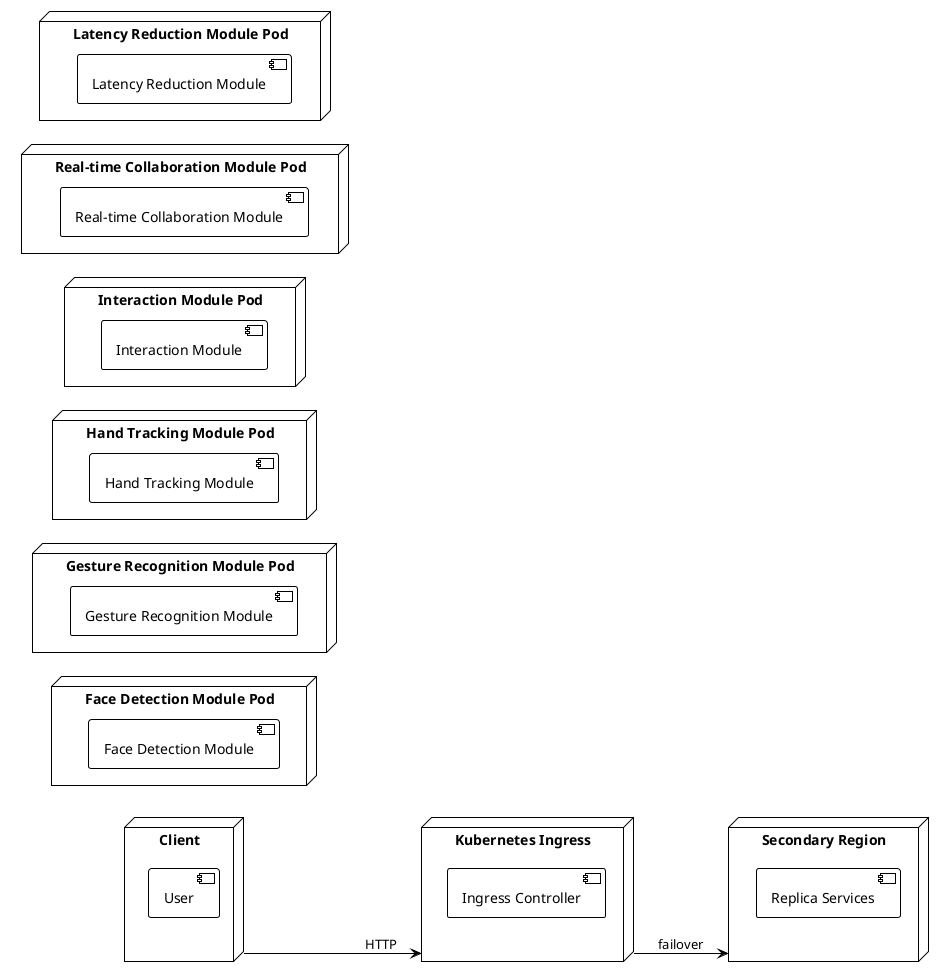
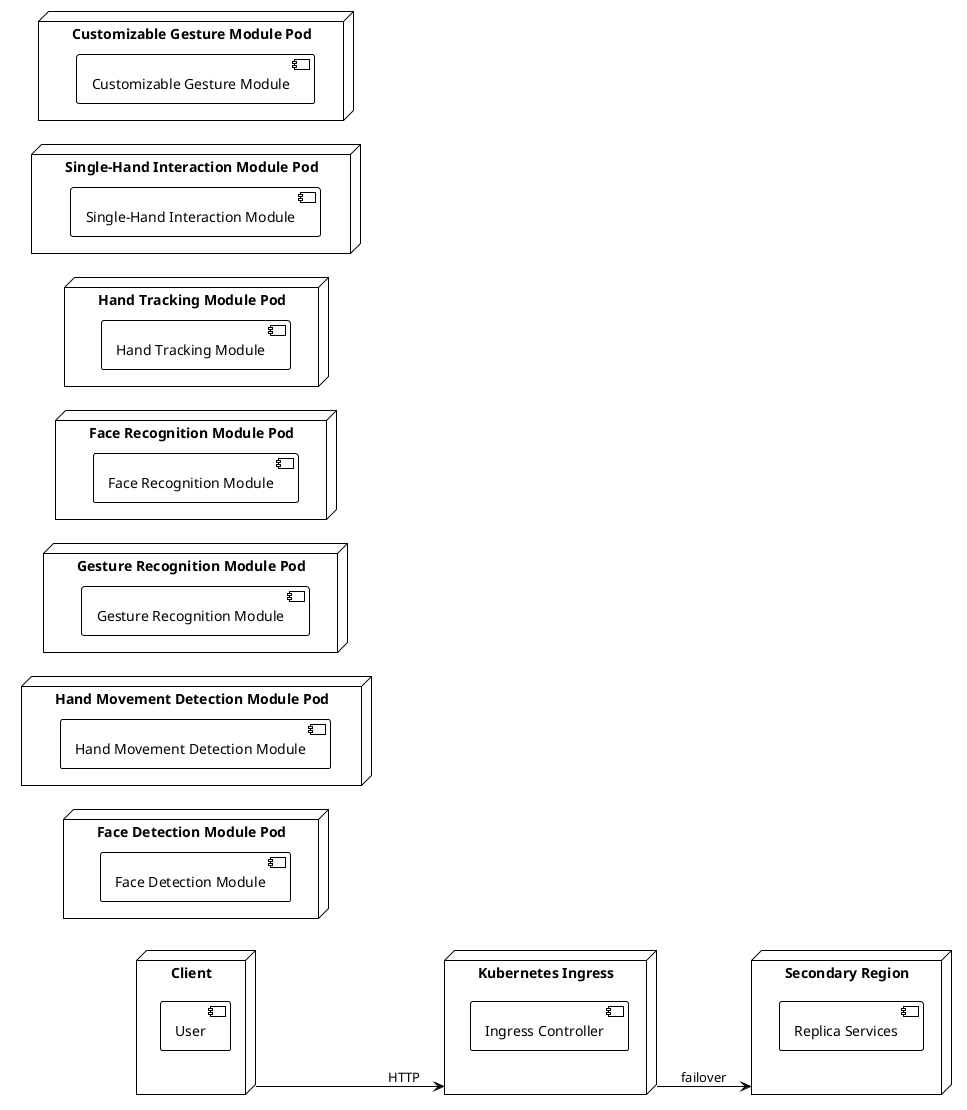
@startuml
!theme plain
left to right direction
node "Client" {
  component "User"
}
node "Kubernetes Ingress" as IngressController {
  component "Ingress Controller"
}
node "Face Detection Module Pod" as FaceDetectionModulePod {
  component "Face Detection Module"
}
+ node "Hand Movement Detection Module Pod" as HandMovementDetectionModulePod {
+   component "Hand Movement Detection Module"
+ }
node "Gesture Recognition Module Pod" as GestureRecognitionModulePod {
  component "Gesture Recognition Module"
+ }
+ node "Face Recognition Module Pod" as FaceRecognitionModulePod {
+   component "Face Recognition Module"
}
node "Hand Tracking Module Pod" as HandTrackingModulePod {
  component "Hand Tracking Module"
}
- node "Interaction Module Pod" as InteractionModulePod {
-   component "Interaction Module"
+ node "Single-Hand Interaction Module Pod" as SingleHandInteractionModulePod {
+   component "Single-Hand Interaction Module"
}
- node "Real-time Collaboration Module Pod" as RealtimeCollaborationModulePod {
-   component "Real-time Collaboration Module"
- }
- node "Latency Reduction Module Pod" as LatencyReductionModulePod {
-   component "Latency Reduction Module"
+ node "Customizable Gesture Module Pod" as CustomizableGestureModulePod {
+   component "Customizable Gesture Module"
}
Client --> IngressController : HTTP
node "Secondary Region" as SecondaryRegion {
  component "Replica Services"
}
IngressController --> SecondaryRegion : failover
@enduml